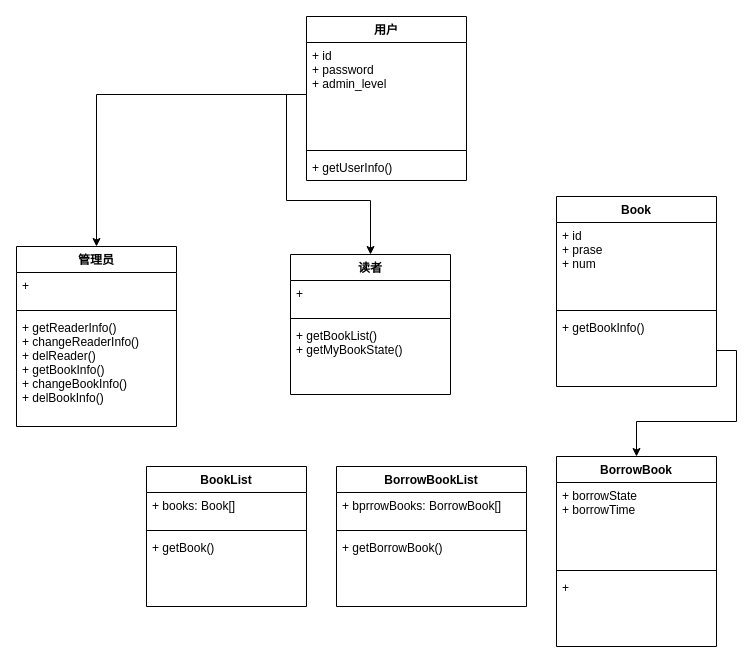
This is 软分课设/类图.drawio from myjdml/drowio, a draw.io file, before an edit. Source tidied: cells renumbered, new cells numbered last; positions are measured from the earlier drawing's top-left corner, leaving out a move shared by most shapes. Both pictures are drawn from the tidied source at 100%, with x=0, y=0 at pixel (16, 16).
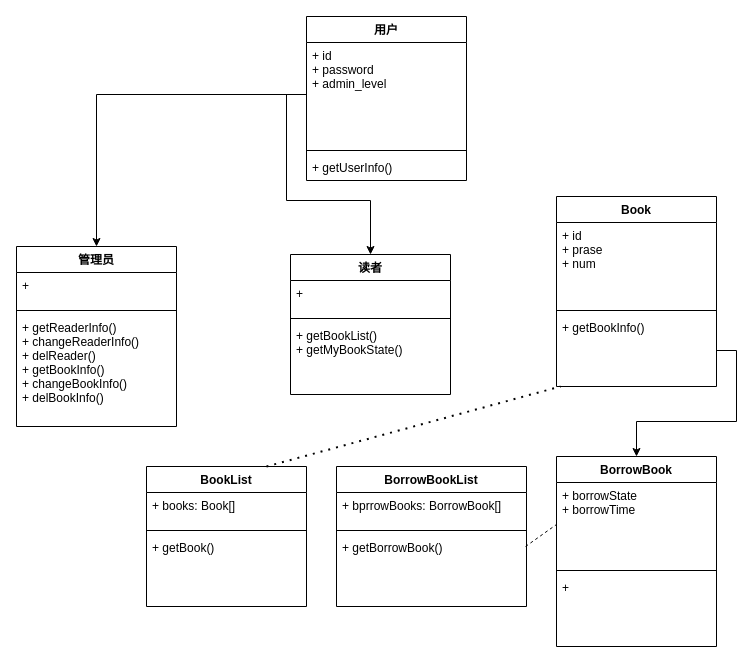
After the change.

The change refers to these unchanged cells:
```xml
<mxCell id="17" value="+ getBookInfo()" style="text;strokeColor=none;fillColor=none;align=left;verticalAlign=top;spacingLeft=4;spacingRight=4;overflow=hidden;points=[[0,0.5],[1,0.5]];portConstraint=eastwest;" parent="14" vertex="1">
  <mxGeometry y="118" width="160" height="72" as="geometry" />
</mxCell>
<mxCell id="19" value="+ borrowState&#10;+ borrowTime" style="text;strokeColor=none;fillColor=none;align=left;verticalAlign=top;spacingLeft=4;spacingRight=4;overflow=hidden;points=[[0,0.5],[1,0.5]];portConstraint=eastwest;" parent="18" vertex="1">
  <mxGeometry y="26" width="160" height="84" as="geometry" />
</mxCell>
<mxCell id="25" value="BookList" style="swimlane;fontStyle=1;align=center;verticalAlign=top;horizontal=1;startSize=26;" parent="1" vertex="1">
  <mxGeometry x="130" y="450" width="160" height="140" as="geometry" />
</mxCell>
<mxCell id="32" value="+ getBorrowBook()" style="text;strokeColor=none;fillColor=none;align=left;verticalAlign=top;spacingLeft=4;spacingRight=4;overflow=hidden;points=[[0,0.5],[1,0.5]];portConstraint=eastwest;" parent="29" vertex="1">
  <mxGeometry y="68" width="190" height="72" as="geometry" />
</mxCell>
```

The edit, as a diff of the source:
```diff
@@
+    <mxCell id="33" style="endArrow=none;dashed=1;html=1;rounded=0;exitX=0.995;exitY=0.167;exitDx=0;exitDy=0;entryX=0;entryY=0.5;entryDx=0;entryDy=0;exitPerimeter=0;" parent="1" edge="1" source="32" target="19">
+      <mxGeometry relative="1" as="geometry" />
+    </mxCell>
+    <mxCell id="34" style="endArrow=none;dashed=1;html=1;dashPattern=1 3;strokeWidth=2;rounded=0;exitX=0.75;exitY=0;exitDx=0;exitDy=0;entryX=0.025;entryY=1;entryDx=0;entryDy=0;entryPerimeter=0;" parent="1" edge="1" source="25" target="17">
+      <mxGeometry relative="1" as="geometry" />
+    </mxCell>
```
